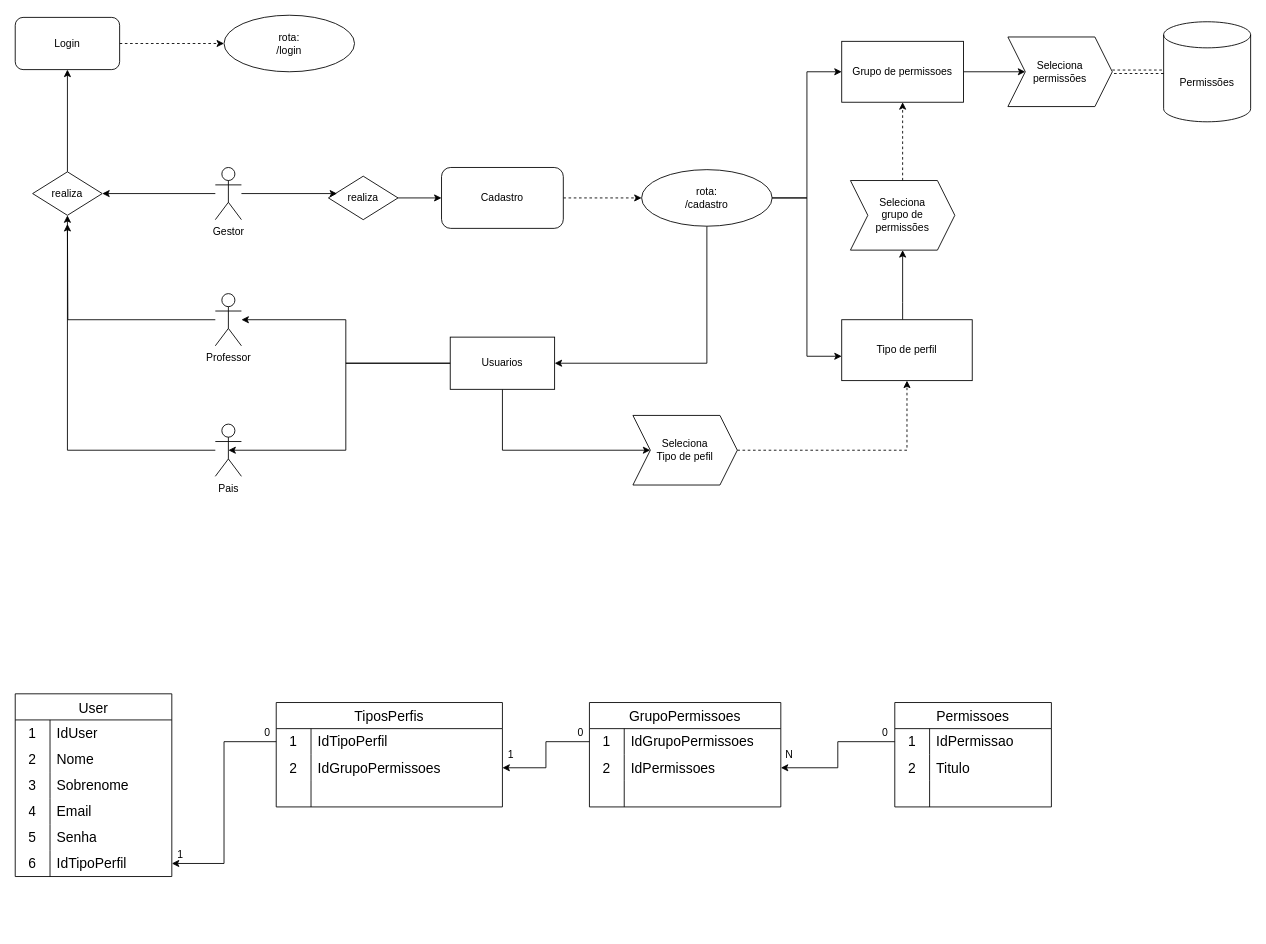
Earlier version of the draw.io diagram Diagrama sem nome.drawio (priscillabenevenute/agenda-escolar). Source tidied: cells renumbered, new cells numbered last; positions are measured from the earlier drawing's top-left corner, leaving out a move shared by most shapes. Both pictures are drawn from the tidied source at 87%, with x=0, y=0 at pixel (15, 15).
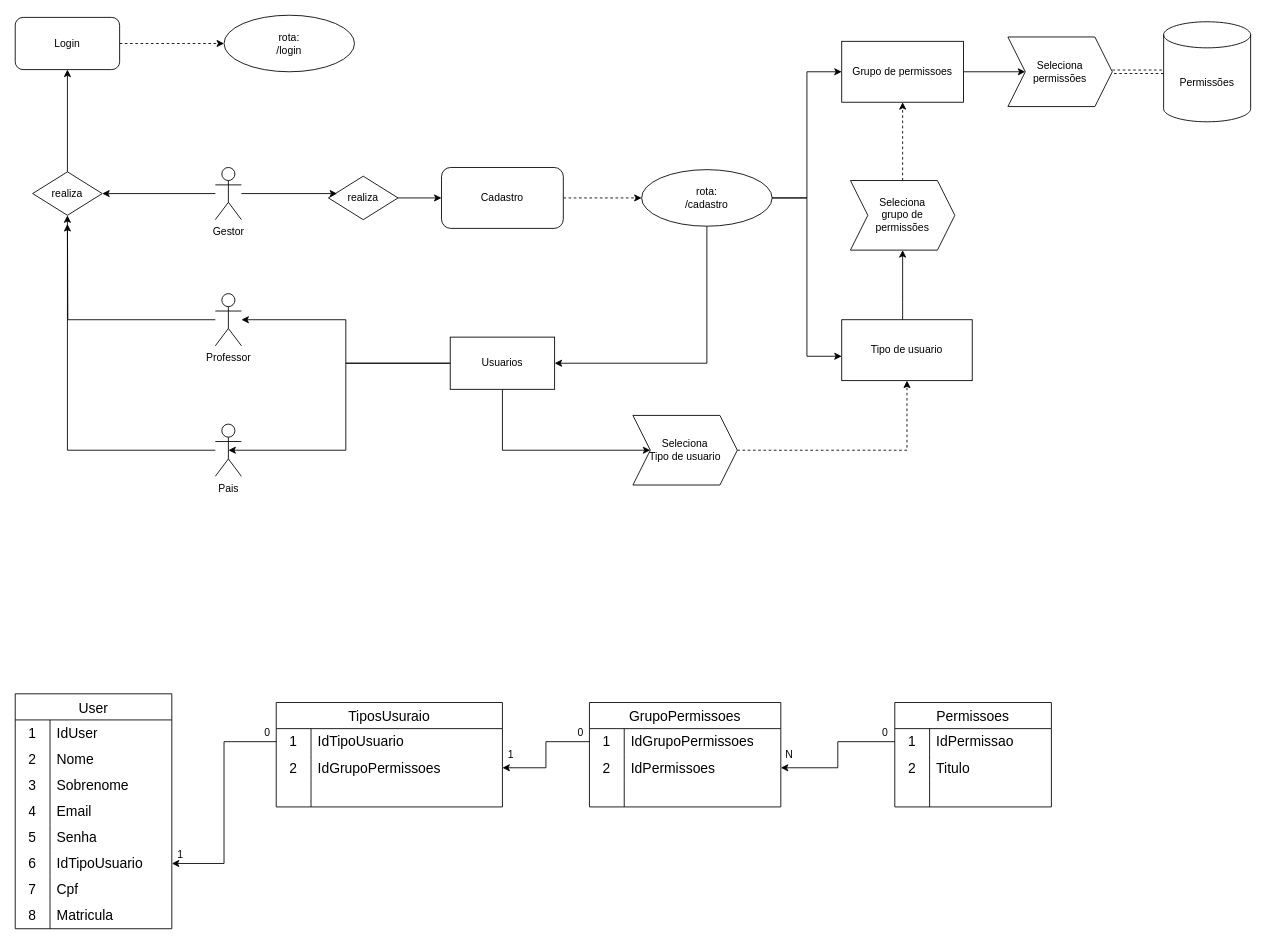
The same page after the edit.

Commit message:
adicionando matricula

The change refers to these unchanged cells:
```xml
<mxCell id="37" style="shape=tableRow;horizontal=0;startSize=0;swimlaneHead=0;swimlaneBody=0;top=0;left=0;bottom=0;right=0;fillColor=none;points=[[0,0.5],[1,0.5]];portConstraint=eastwest;strokeColor=inherit;fontSize=16;" parent="21" vertex="1">
  <mxGeometry y="180" width="180" height="30" as="geometry" />
</mxCell>
<mxCell id="41" style="shape=tableRow;horizontal=0;startSize=0;swimlaneHead=0;swimlaneBody=0;top=0;left=0;bottom=0;right=0;fillColor=none;points=[[0,0.5],[1,0.5]];portConstraint=eastwest;strokeColor=inherit;fontSize=16;" parent="40" vertex="1">
  <mxGeometry y="30" width="260" height="30" as="geometry" />
</mxCell>
```

Diff of the diagram source:
```diff
@@
     <mxCell id="21" value="User" style="shape=table;startSize=30;childLayout=tableLayout;rowLines=0;fontStyle=0;strokeColor=default;fontSize=16;" parent="1" vertex="1">
-      <mxGeometry y="780" width="180" height="210" as="geometry" />
+      <mxGeometry y="780" width="180" height="270" as="geometry" />
     </mxCell>
@@
-    <mxCell id="39" value="IdTipoPerfil" style="shape=partialRectangle;html=1;whiteSpace=wrap;fillColor=none;top=0;left=0;bottom=0;right=0;align=left;spacingLeft=6;overflow=hidden;strokeColor=inherit;fontSize=16;" parent="37" vertex="1">
+    <mxCell id="39" value="IdTipoUsuario" style="shape=partialRectangle;html=1;whiteSpace=wrap;fillColor=none;top=0;left=0;bottom=0;right=0;align=left;spacingLeft=6;overflow=hidden;strokeColor=inherit;fontSize=16;" parent="37" vertex="1">
       <mxGeometry x="40" width="140" height="30" as="geometry" />
     </mxCell>
+    <mxCell id="95" style="shape=tableRow;horizontal=0;startSize=0;swimlaneHead=0;swimlaneBody=0;top=0;left=0;bottom=0;right=0;fillColor=none;strokeColor=inherit;fontSize=16;" parent="21" vertex="1">
+      <mxGeometry y="210" width="180" height="30" as="geometry" />
+    </mxCell>
+    <mxCell id="96" value="7" style="shape=partialRectangle;html=1;whiteSpace=wrap;fillColor=none;top=0;left=0;bottom=0;right=0;overflow=hidden;strokeColor=inherit;fontSize=16;" parent="95" vertex="1">
+      <mxGeometry width="40" height="30" as="geometry" />
+    </mxCell>
+    <mxCell id="97" value="Cpf" style="shape=partialRectangle;html=1;whiteSpace=wrap;fillColor=none;top=0;left=0;bottom=0;right=0;align=left;spacingLeft=6;overflow=hidden;strokeColor=inherit;fontSize=16;" parent="95" vertex="1">
+      <mxGeometry x="40" width="140" height="30" as="geometry" />
+    </mxCell>
+    <mxCell id="98" style="shape=tableRow;horizontal=0;startSize=0;swimlaneHead=0;swimlaneBody=0;top=0;left=0;bottom=0;right=0;fillColor=none;strokeColor=inherit;fontSize=16;" parent="21" vertex="1">
+      <mxGeometry y="240" width="180" height="30" as="geometry" />
+    </mxCell>
+    <mxCell id="99" value="8" style="shape=partialRectangle;html=1;whiteSpace=wrap;fillColor=none;top=0;left=0;bottom=0;right=0;overflow=hidden;strokeColor=inherit;fontSize=16;" parent="98" vertex="1">
+      <mxGeometry width="40" height="30" as="geometry" />
+    </mxCell>
+    <mxCell id="100" value="Matricula" style="shape=partialRectangle;html=1;whiteSpace=wrap;fillColor=none;top=0;left=0;bottom=0;right=0;align=left;spacingLeft=6;overflow=hidden;strokeColor=inherit;fontSize=16;" parent="98" vertex="1">
+      <mxGeometry x="40" width="140" height="30" as="geometry" />
+    </mxCell>
-    <mxCell id="40" value="TiposPerfis" style="shape=table;startSize=30;childLayout=tableLayout;rowLines=0;fontStyle=0;strokeColor=default;fontSize=16;" parent="1" vertex="1">
+    <mxCell id="40" value="TiposUsuraio" style="shape=table;startSize=30;childLayout=tableLayout;rowLines=0;fontStyle=0;strokeColor=default;fontSize=16;" parent="1" vertex="1">
       <mxGeometry x="300" y="790" width="260" height="120" as="geometry" />
     </mxCell>
@@
-    <mxCell id="43" value="IdTipoPerfil" style="shape=partialRectangle;html=1;whiteSpace=wrap;fillColor=none;top=0;left=0;bottom=0;right=0;align=left;spacingLeft=6;overflow=hidden;strokeColor=inherit;fontSize=16;" parent="41" vertex="1">
+    <mxCell id="43" value="IdTipoUsuario" style="shape=partialRectangle;html=1;whiteSpace=wrap;fillColor=none;top=0;left=0;bottom=0;right=0;align=left;spacingLeft=6;overflow=hidden;strokeColor=inherit;fontSize=16;" parent="41" vertex="1">
       <mxGeometry x="40" width="220" height="30" as="geometry" />
     </mxCell>
@@
-    <mxCell id="84" value="Tipo de perfil" style="rounded=0;whiteSpace=wrap;html=1;" parent="1" vertex="1">
+    <mxCell id="84" value="Tipo de usuario" style="rounded=0;whiteSpace=wrap;html=1;" parent="1" vertex="1">
       <mxGeometry x="950" y="350" width="150" height="70" as="geometry" />
     </mxCell>
@@
-    <mxCell id="94" value="Seleciona&lt;div&gt;Tipo de pefil&lt;/div&gt;" style="shape=step;perimeter=stepPerimeter;whiteSpace=wrap;html=1;fixedSize=1;" parent="1" vertex="1">
+    <mxCell id="94" value="Seleciona&lt;div&gt;Tipo de usuario&lt;/div&gt;" style="shape=step;perimeter=stepPerimeter;whiteSpace=wrap;html=1;fixedSize=1;" parent="1" vertex="1">
       <mxGeometry x="710" y="460" width="120" height="80" as="geometry" />
     </mxCell>
```
